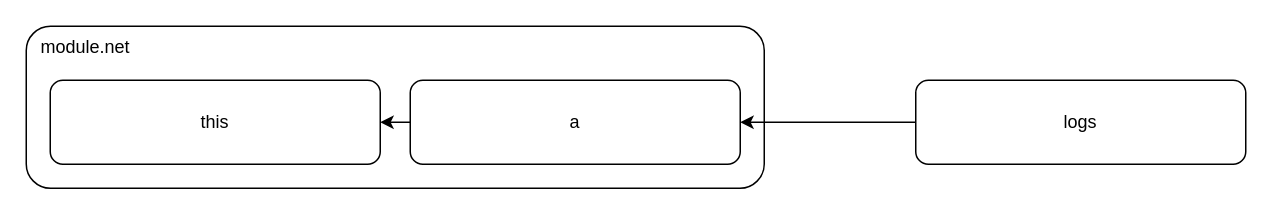
Before: apps/backend/src/graph/goldens/plan-snapshot.drawio in AsteriusIT/groundplan, a draw.io diagram. Source tidied: cells renumbered, new cells numbered last; positions are measured from the earlier drawing's top-left corner, leaving out a move shared by most shapes. Both pictures are drawn from the tidied source at 150%, with x=0, y=0 at pixel (26, 26).
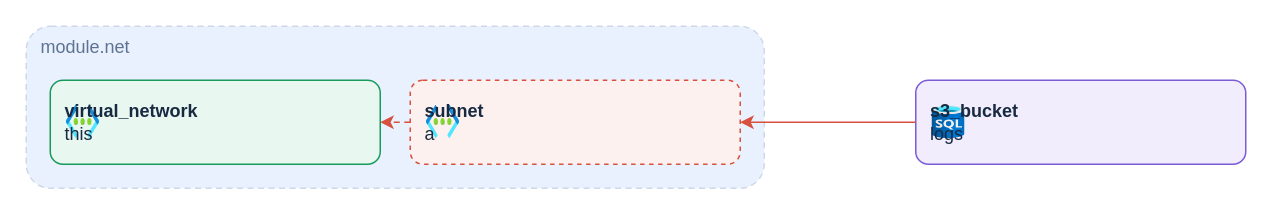
The same diagram, later.

Commit message (it also covers changes not shown here):
feat(backend): draw.io styling — Azure shapes, change colours, tooltips (GP-175)

Change to the diagram source:
```diff
@@
 <mxGraphModel>
   <root>
     <mxCell id="0" />
     <mxCell id="1" parent="0" />
-    <mxCell id="2" value="module.net" style="rounded=1;html=1;verticalAlign=top;align=left;spacingLeft=8;" parent="1" vertex="1">
+    <mxCell id="2" value="module.net" style="rounded=1;html=1;verticalAlign=top;align=left;spacingLeft=8;fillColor=#eaf1fe;strokeColor=#cdd8e8;dashed=1;dashPattern=4 3;fontColor=#5d7391;" parent="1" vertex="1">
       <mxGeometry width="492" height="108" as="geometry" />
     </mxCell>
-    <mxCell id="3" value="this" style="rounded=1;whiteSpace=wrap;html=1;" parent="2" vertex="1">
+    <mxCell id="3" value="&lt;b&gt;virtual_network&lt;/b&gt;&lt;br/&gt;this" style="shape=label;image=img/lib/azure2/networking/Virtual_Networks.svg;imageWidth=22;imageHeight=22;spacing=6;spacingLeft=4;rounded=1;whiteSpace=wrap;html=1;align=left;verticalAlign=middle;fillColor=#e8f7ef;strokeColor=#189a5c;fontColor=#182a42;" parent="2" vertex="1">
       <mxGeometry x="16" y="36" width="220" height="56" as="geometry" />
     </mxCell>
-    <mxCell id="4" value="a" style="rounded=1;whiteSpace=wrap;html=1;" parent="2" vertex="1">
+    <mxCell id="4" value="&lt;b&gt;subnet&lt;/b&gt;&lt;br/&gt;a" style="shape=label;image=img/lib/azure2/networking/Virtual_Networks.svg;imageWidth=22;imageHeight=22;spacing=6;spacingLeft=4;rounded=1;whiteSpace=wrap;html=1;align=left;verticalAlign=middle;fillColor=#fdf1ef;strokeColor=#d8503f;fontColor=#182a42;dashed=1;" parent="2" vertex="1">
       <mxGeometry x="256" y="36" width="220" height="56" as="geometry" />
     </mxCell>
-    <mxCell id="5" value="logs" style="rounded=1;whiteSpace=wrap;html=1;" parent="1" vertex="1">
+    <mxCell id="5" value="&lt;b&gt;s3_bucket&lt;/b&gt;&lt;br/&gt;logs" style="shape=label;image=img/lib/azure2/databases/SQL_Database.svg;imageWidth=22;imageHeight=22;spacing=6;spacingLeft=4;rounded=1;whiteSpace=wrap;html=1;align=left;verticalAlign=middle;fillColor=#f1edfc;strokeColor=#7b5bd6;fontColor=#182a42;" parent="1" vertex="1">
       <mxGeometry x="593" y="36" width="220" height="56" as="geometry" />
     </mxCell>
-    <mxCell id="6" style="edgeStyle=orthogonalEdgeStyle;rounded=1;html=1;" parent="1" edge="1" source="4" target="3">
+    <mxCell id="6" style="edgeStyle=orthogonalEdgeStyle;rounded=1;html=1;strokeColor=#d8503f;fontColor=#5d7391;dashed=1;dashPattern=4 3;" parent="1" edge="1" source="4" target="3">
       <mxGeometry relative="1" as="geometry" />
     </mxCell>
-    <mxCell id="7" style="edgeStyle=orthogonalEdgeStyle;rounded=1;html=1;" parent="1" edge="1" source="5" target="4">
+    <mxCell id="7" style="edgeStyle=orthogonalEdgeStyle;rounded=1;html=1;strokeColor=#d8503f;fontColor=#5d7391;" parent="1" edge="1" source="5" target="4">
       <mxGeometry relative="1" as="geometry" />
     </mxCell>
   </root>
 </mxGraphModel>
```
